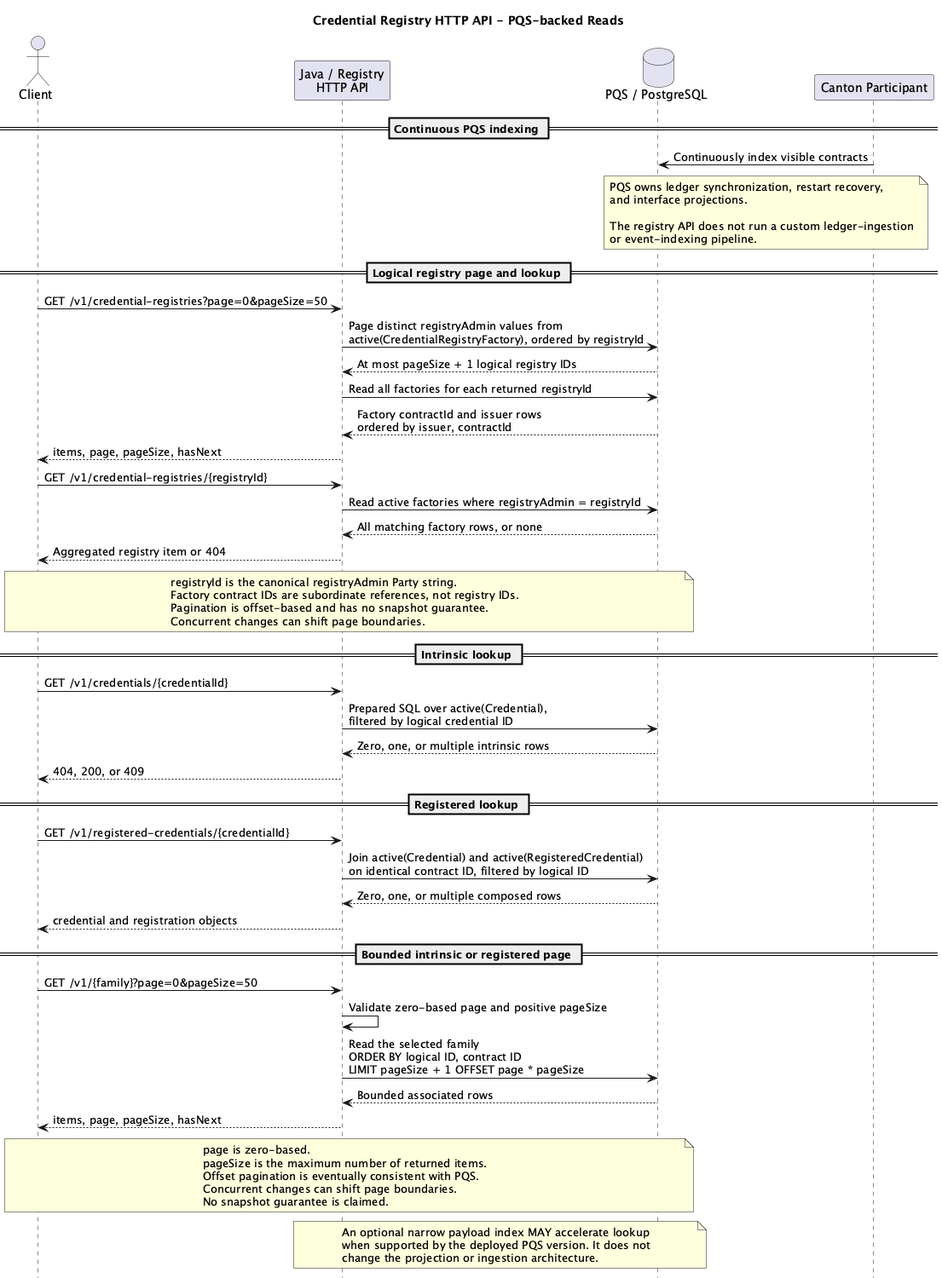
Earlier version of the PlantUML export cn-credentials-standard/images/credentials-http-api-sequence.png (unlockitio/cips).
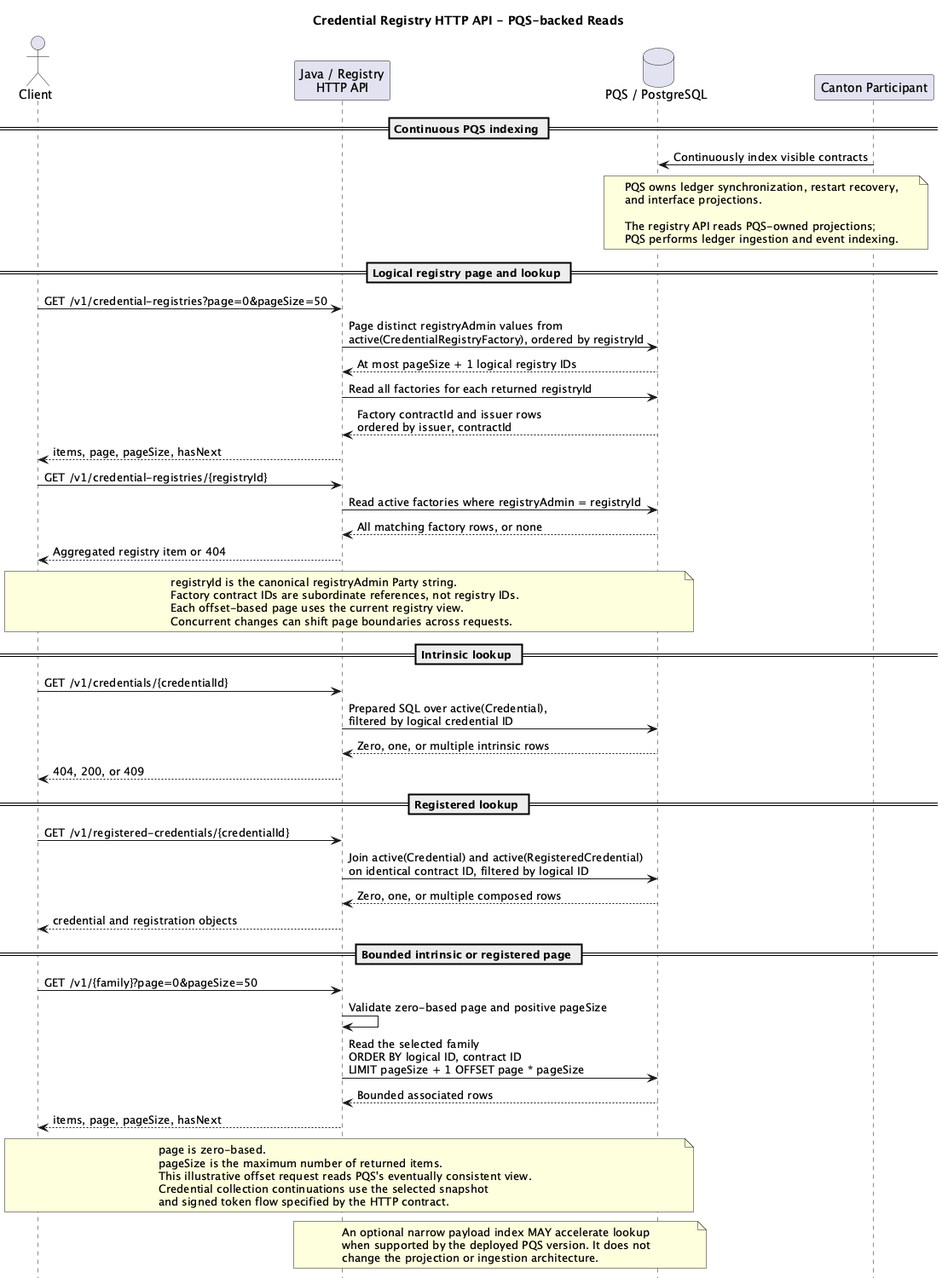
The same file after the commit.

Commit message:
State DID and credential requirements affirmatively

The edit, as a diff of the source:
```diff
@@ -13,8 +13,8 @@
   PQS owns ledger synchronization, restart recovery,
   and interface projections.
 
-  The registry API does not run a custom ledger-ingestion
-  or event-indexing pipeline.
+  The registry API reads PQS-owned projections;
+  PQS performs ledger ingestion and event indexing.
 end note
 
 == Logical registry page and lookup ==
@@ -32,8 +32,8 @@
 note over Client,PQS
   registryId is the canonical registryAdmin Party string.
   Factory contract IDs are subordinate references, not registry IDs.
-  Pagination is offset-based and has no snapshot guarantee.
-  Concurrent changes can shift page boundaries.
+  Each offset-based page uses the current registry view.
+  Concurrent changes can shift page boundaries across requests.
 end note
 
 == Intrinsic lookup ==
@@ -57,9 +57,9 @@
 note over Client,PQS
   page is zero-based.
   pageSize is the maximum number of returned items.
-  Offset pagination is eventually consistent with PQS.
-  Concurrent changes can shift page boundaries.
-  No snapshot guarantee is claimed.
+  This illustrative offset request reads PQS's eventually consistent view.
+  Credential collection continuations use the selected snapshot
+  and signed token flow specified by the HTTP contract.
 end note
 
 note over API,PQS
```
